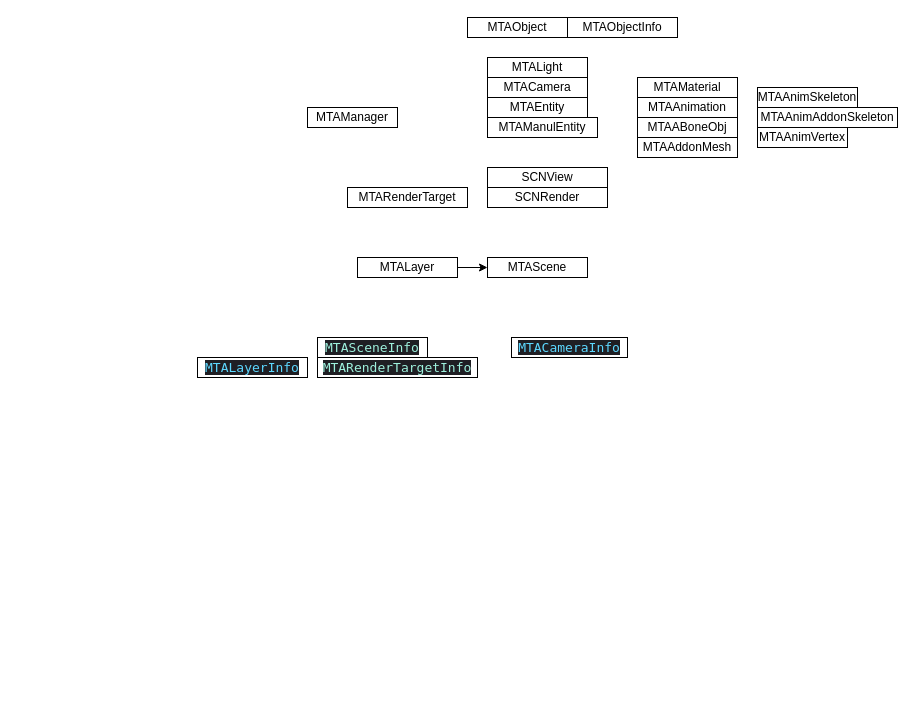
Above: SceneKit.drawio in loleng/mediatools (draw.io), before the change. Source tidied: cells renumbered, new cells numbered last; positions are measured from the earlier drawing's top-left corner, leaving out a move shared by most shapes. Both pictures are drawn from the tidied source at 100%, with x=0, y=0 at pixel (197, 17).
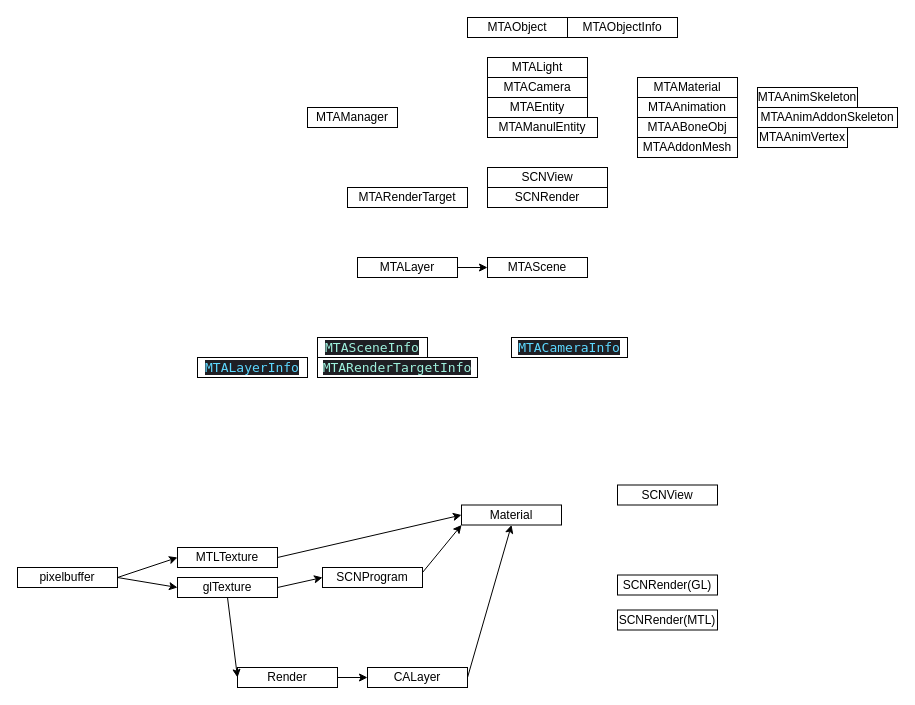
The same diagram, later.

What changed in the source:
```diff
@@
+    <mxCell id="26" value="SCNView" style="whiteSpace=wrap;html=1;" parent="1" vertex="1">
+      <mxGeometry x="420" y="467.5" width="100" height="20" as="geometry" />
+    </mxCell>
+    <mxCell id="27" value="SCNRender(GL)" style="whiteSpace=wrap;html=1;" parent="1" vertex="1">
+      <mxGeometry x="420" y="557.5" width="100" height="20" as="geometry" />
+    </mxCell>
+    <mxCell id="28" value="SCNRender(MTL)" style="whiteSpace=wrap;html=1;" parent="1" vertex="1">
+      <mxGeometry x="420" y="592.5" width="100" height="20" as="geometry" />
+    </mxCell>
+    <mxCell id="29" value="pixelbuffer" style="whiteSpace=wrap;html=1;" parent="1" vertex="1">
+      <mxGeometry x="-180" y="550" width="100" height="20" as="geometry" />
+    </mxCell>
+    <mxCell id="30" value="MTLTexture" style="whiteSpace=wrap;html=1;" parent="1" vertex="1">
+      <mxGeometry x="-20" y="530" width="100" height="20" as="geometry" />
+    </mxCell>
+    <mxCell id="31" value="glTexture" style="whiteSpace=wrap;html=1;" parent="1" vertex="1">
+      <mxGeometry x="-20" y="560" width="100" height="20" as="geometry" />
+    </mxCell>
+    <mxCell id="32" style="endArrow=classic;html=1;exitX=1;exitY=0.5;exitDx=0;exitDy=0;entryX=0;entryY=0.5;entryDx=0;entryDy=0;" parent="1" edge="1" source="29" target="30">
+      <mxGeometry relative="1" as="geometry" />
+    </mxCell>
+    <mxCell id="33" style="endArrow=classic;html=1;exitX=1;exitY=0.5;exitDx=0;exitDy=0;entryX=0;entryY=0.5;entryDx=0;entryDy=0;" parent="1" edge="1" source="29" target="31">
+      <mxGeometry relative="1" as="geometry" />
+    </mxCell>
+    <mxCell id="34" value="Material" style="whiteSpace=wrap;html=1;" parent="1" vertex="1">
+      <mxGeometry x="264" y="487.5" width="100" height="20" as="geometry" />
+    </mxCell>
+    <mxCell id="35" style="endArrow=classic;html=1;exitX=1;exitY=0.5;exitDx=0;exitDy=0;entryX=0;entryY=0.5;entryDx=0;entryDy=0;" parent="1" edge="1" source="30" target="34">
+      <mxGeometry relative="1" as="geometry" />
+    </mxCell>
+    <mxCell id="36" value="SCNProgram" style="whiteSpace=wrap;html=1;" parent="1" vertex="1">
+      <mxGeometry x="125" y="550" width="100" height="20" as="geometry" />
+    </mxCell>
+    <mxCell id="37" style="endArrow=classic;html=1;exitX=1;exitY=0.5;exitDx=0;exitDy=0;entryX=0;entryY=0.5;entryDx=0;entryDy=0;" parent="1" edge="1" source="31" target="36">
+      <mxGeometry relative="1" as="geometry" />
+    </mxCell>
+    <mxCell id="38" value="Render" style="whiteSpace=wrap;html=1;" parent="1" vertex="1">
+      <mxGeometry x="40" y="650" width="100" height="20" as="geometry" />
+    </mxCell>
+    <mxCell id="39" value="CALayer" style="whiteSpace=wrap;html=1;" parent="1" vertex="1">
+      <mxGeometry x="170" y="650" width="100" height="20" as="geometry" />
+    </mxCell>
+    <mxCell id="40" style="endArrow=classic;html=1;exitX=0.5;exitY=1;exitDx=0;exitDy=0;entryX=0;entryY=0.5;entryDx=0;entryDy=0;" parent="1" edge="1" source="31" target="38">
+      <mxGeometry relative="1" as="geometry" />
+    </mxCell>
+    <mxCell id="41" style="endArrow=classic;html=1;exitX=1;exitY=0.5;exitDx=0;exitDy=0;" parent="1" edge="1" source="38">
+      <mxGeometry relative="1" as="geometry">
+        <mxPoint x="170" y="660" as="targetPoint" />
+      </mxGeometry>
+    </mxCell>
+    <mxCell id="42" style="endArrow=classic;html=1;exitX=1;exitY=0.25;exitDx=0;exitDy=0;entryX=0;entryY=1;entryDx=0;entryDy=0;" parent="1" edge="1" source="36" target="34">
+      <mxGeometry relative="1" as="geometry" />
+    </mxCell>
+    <mxCell id="43" style="endArrow=classic;html=1;exitX=1;exitY=0.5;exitDx=0;exitDy=0;entryX=0.5;entryY=1;entryDx=0;entryDy=0;" parent="1" edge="1" source="39" target="34">
+      <mxGeometry relative="1" as="geometry" />
+    </mxCell>
```
